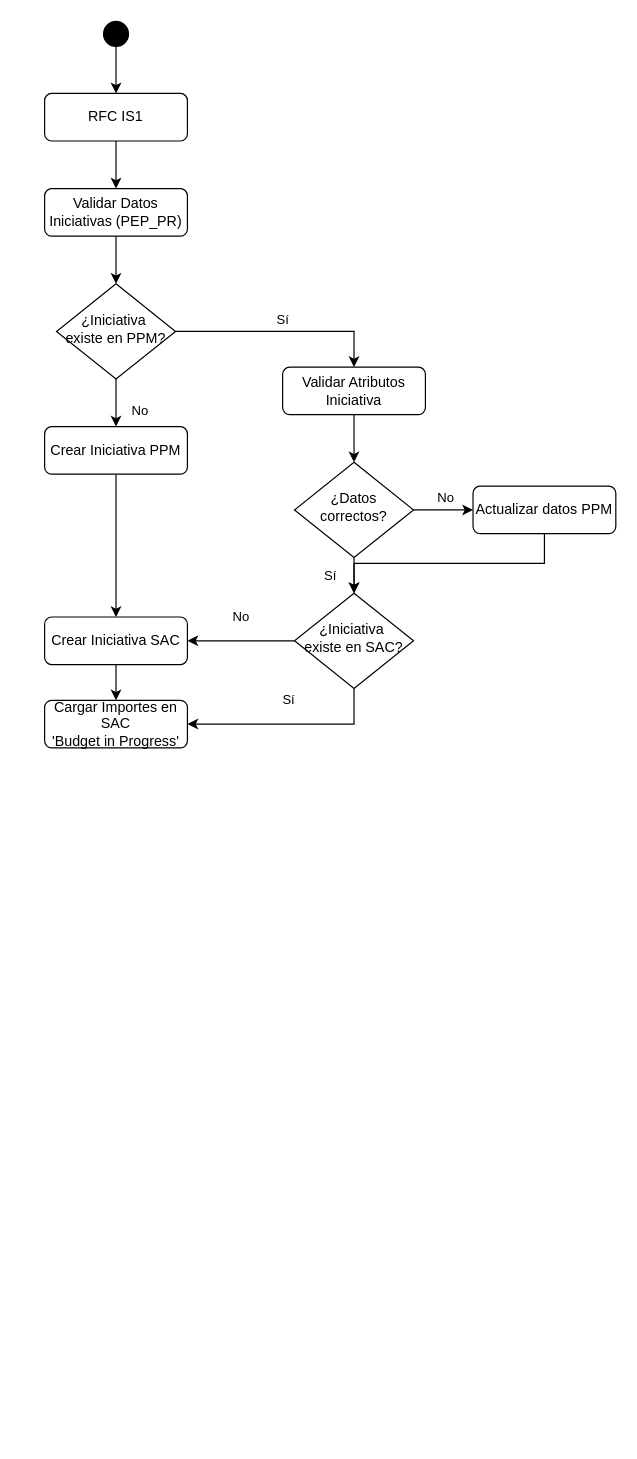
Above: RICEFW02.drawio in thiago-c-araujo/Myrep (draw.io), before the change. Source tidied: cells renumbered, new cells numbered last; positions are measured from the earlier drawing's top-left corner, leaving out a move shared by most shapes. Both pictures are drawn from the tidied source at 119%, with x=0, y=0 at pixel (44, 21).
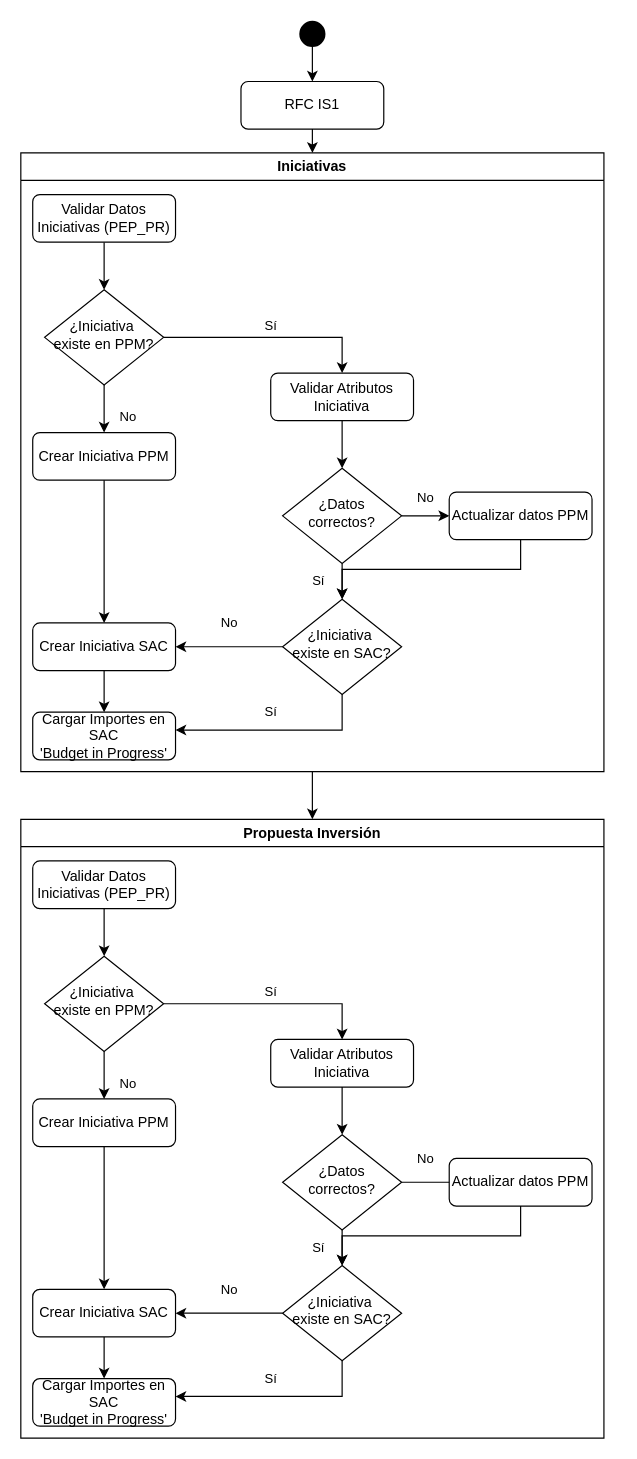
After the change.

What changed in the source:
```diff
@@
-    <mxCell id="2" style="edgeStyle=orthogonalEdgeStyle;rounded=0;jettySize=auto;html=1;exitX=0.5;exitY=1;exitDx=0;exitDy=0;entryX=0.5;entryY=0;entryDx=0;entryDy=0;" parent="1" edge="1" source="3" target="14">
+    <mxCell id="2" style="edgeStyle=orthogonalEdgeStyle;rounded=0;jettySize=auto;html=1;exitX=0.5;exitY=1;exitDx=0;exitDy=0;entryX=0.5;entryY=0;entryDx=0;entryDy=0;" parent="1" edge="1" source="3" target="27">
       <mxGeometry relative="1" as="geometry" />
     </mxCell>
     <mxCell id="3" value="RFC IS1" style="rounded=1;whiteSpace=wrap;html=1;fontSize=12;glass=0;strokeWidth=1;shadow=0;" parent="1" vertex="1">
-      <mxGeometry y="60" width="120" height="40" as="geometry" />
+      <mxGeometry x="165" y="50" width="120" height="40" as="geometry" />
     </mxCell>
-    <mxCell id="4" value="No" style="rounded=0;html=1;jettySize=auto;fontSize=11;endArrow=classic;endFill=1;endSize=6;strokeWidth=1;shadow=0;labelBackgroundColor=none;edgeStyle=orthogonalEdgeStyle;" parent="1" edge="1" source="6" target="8">
-      <mxGeometry x="0.33" y="20" relative="1" as="geometry" />
-    </mxCell>
-    <mxCell id="5" value="Sí" style="edgeStyle=orthogonalEdgeStyle;rounded=0;html=1;jettySize=auto;fontSize=11;endArrow=classic;endFill=1;strokeWidth=1;shadow=0;labelBackgroundColor=none;" parent="1" edge="1" source="6" target="10">
-      <mxGeometry y="10" relative="1" as="geometry">
-        <Array as="points">
-          <mxPoint x="260" y="260" />
-        </Array>
-      </mxGeometry>
-    </mxCell>
-    <mxCell id="6" value="¿Iniciativa&amp;nbsp; existe en PPM?" style="rhombus;whiteSpace=wrap;html=1;shadow=0;fontFamily=Helvetica;fontSize=12;align=center;strokeWidth=1;spacing=6;spacingTop=-4;" parent="1" vertex="1">
-      <mxGeometry x="10" y="220" width="100" height="80" as="geometry" />
-    </mxCell>
-    <mxCell id="7" style="edgeStyle=orthogonalEdgeStyle;rounded=0;jettySize=auto;html=1;exitX=0.5;exitY=1;exitDx=0;exitDy=0;entryX=0.5;entryY=0;entryDx=0;entryDy=0;" parent="1" edge="1" source="8" target="23">
-      <mxGeometry relative="1" as="geometry" />
-    </mxCell>
-    <mxCell id="8" value="Crear Iniciativa PPM" style="rounded=1;whiteSpace=wrap;html=1;fontSize=12;glass=0;strokeWidth=1;shadow=0;" parent="1" vertex="1">
-      <mxGeometry y="340" width="120" height="40" as="geometry" />
-    </mxCell>
-    <mxCell id="9" style="edgeStyle=orthogonalEdgeStyle;rounded=0;jettySize=auto;html=1;exitX=0.5;exitY=1;exitDx=0;exitDy=0;entryX=0.5;entryY=0;entryDx=0;entryDy=0;" parent="1" edge="1" source="10" target="16">
-      <mxGeometry relative="1" as="geometry" />
-    </mxCell>
-    <mxCell id="10" value="Validar Atributos Iniciativa" style="rounded=1;whiteSpace=wrap;html=1;fontSize=12;glass=0;strokeWidth=1;shadow=0;" parent="1" vertex="1">
-      <mxGeometry x="200" y="290" width="120" height="40" as="geometry" />
-    </mxCell>
@@
     <mxCell id="12" style="strokeWidth=2;html=1;shape=mxgraph.flowchart.start_2;whiteSpace=wrap;fillColor=#000000;" parent="1" vertex="1">
-      <mxGeometry x="50" width="20" height="20" as="geometry" />
+      <mxGeometry x="215" width="20" height="20" as="geometry" />
     </mxCell>
-    <mxCell id="13" style="edgeStyle=orthogonalEdgeStyle;rounded=0;jettySize=auto;html=1;exitX=0.5;exitY=1;exitDx=0;exitDy=0;entryX=0.5;entryY=0;entryDx=0;entryDy=0;" parent="1" edge="1" source="14" target="6">
-      <mxGeometry relative="1" as="geometry" />
-    </mxCell>
-    <mxCell id="14" value="Validar Datos Iniciativas (PEP_PR)" style="rounded=1;whiteSpace=wrap;html=1;fontSize=12;glass=0;strokeWidth=1;shadow=0;" parent="1" vertex="1">
-      <mxGeometry y="140" width="120" height="40" as="geometry" />
-    </mxCell>
-    <mxCell id="15" value="Cargar Importes en SAC&lt;br&gt;'Budget in Progress'" style="rounded=1;whiteSpace=wrap;html=1;fontSize=12;glass=0;strokeWidth=1;shadow=0;" parent="1" vertex="1">
-      <mxGeometry y="570" width="120" height="40" as="geometry" />
-    </mxCell>
-    <mxCell id="16" value="¿Datos correctos?" style="rhombus;whiteSpace=wrap;html=1;shadow=0;fontFamily=Helvetica;fontSize=12;align=center;strokeWidth=1;spacing=6;spacingTop=-4;" parent="1" vertex="1">
-      <mxGeometry x="210" y="370" width="100" height="80" as="geometry" />
-    </mxCell>
-    <mxCell id="17" style="edgeStyle=orthogonalEdgeStyle;rounded=0;jettySize=auto;html=1;exitX=0.5;exitY=1;exitDx=0;exitDy=0;entryX=0.5;entryY=0;entryDx=0;entryDy=0;" parent="1" edge="1" source="18" target="20">
-      <mxGeometry relative="1" as="geometry" />
-    </mxCell>
+    <mxCell id="26" style="edgeStyle=orthogonalEdgeStyle;rounded=0;jettySize=auto;html=1;exitX=0.5;exitY=1;exitDx=0;exitDy=0;entryX=0.5;entryY=0;entryDx=0;entryDy=0;" parent="1" edge="1" source="27" target="47">
+      <mxGeometry relative="1" as="geometry" />
+    </mxCell>
+    <mxCell id="27" value="Iniciativas" style="swimlane;whiteSpace=wrap;html=1;" parent="1" vertex="1">
+      <mxGeometry x="-20" y="110" width="490" height="520" as="geometry" />
+    </mxCell>
+    <mxCell id="28" value="¿Iniciativa&amp;nbsp; existe en PPM?" style="rhombus;whiteSpace=wrap;html=1;shadow=0;fontFamily=Helvetica;fontSize=12;align=center;strokeWidth=1;spacing=6;spacingTop=-4;" parent="27" vertex="1">
+      <mxGeometry x="20" y="115" width="100" height="80" as="geometry" />
+    </mxCell>
+    <mxCell id="29" value="Crear Iniciativa PPM" style="rounded=1;whiteSpace=wrap;html=1;fontSize=12;glass=0;strokeWidth=1;shadow=0;" parent="27" vertex="1">
+      <mxGeometry x="10" y="235" width="120" height="40" as="geometry" />
+    </mxCell>
+    <mxCell id="30" value="No" style="rounded=0;html=1;jettySize=auto;fontSize=11;endArrow=classic;endFill=1;endSize=6;strokeWidth=1;shadow=0;labelBackgroundColor=none;edgeStyle=orthogonalEdgeStyle;" parent="27" edge="1" source="28" target="29">
+      <mxGeometry x="0.33" y="20" relative="1" as="geometry" />
+    </mxCell>
+    <mxCell id="31" value="Validar Atributos Iniciativa" style="rounded=1;whiteSpace=wrap;html=1;fontSize=12;glass=0;strokeWidth=1;shadow=0;" parent="27" vertex="1">
+      <mxGeometry x="210" y="185" width="120" height="40" as="geometry" />
+    </mxCell>
+    <mxCell id="32" value="Sí" style="edgeStyle=orthogonalEdgeStyle;rounded=0;html=1;jettySize=auto;fontSize=11;endArrow=classic;endFill=1;strokeWidth=1;shadow=0;labelBackgroundColor=none;" parent="27" edge="1" source="28" target="31">
+      <mxGeometry y="10" relative="1" as="geometry">
+        <Array as="points">
+          <mxPoint x="270" y="155" />
+        </Array>
+      </mxGeometry>
+    </mxCell>
+    <mxCell id="33" style="edgeStyle=orthogonalEdgeStyle;rounded=0;jettySize=auto;html=1;exitX=0.5;exitY=1;exitDx=0;exitDy=0;entryX=0.5;entryY=0;entryDx=0;entryDy=0;" parent="27" edge="1" source="34" target="28">
+      <mxGeometry relative="1" as="geometry" />
+    </mxCell>
+    <mxCell id="34" value="Validar Datos Iniciativas (PEP_PR)" style="rounded=1;whiteSpace=wrap;html=1;fontSize=12;glass=0;strokeWidth=1;shadow=0;" parent="27" vertex="1">
+      <mxGeometry x="10" y="35" width="120" height="40" as="geometry" />
+    </mxCell>
+    <mxCell id="35" value="Cargar Importes en SAC&lt;br&gt;'Budget in Progress'" style="rounded=1;whiteSpace=wrap;html=1;fontSize=12;glass=0;strokeWidth=1;shadow=0;" parent="27" vertex="1">
+      <mxGeometry x="10" y="470" width="120" height="40" as="geometry" />
+    </mxCell>
+    <mxCell id="36" value="¿Datos correctos?" style="rhombus;whiteSpace=wrap;html=1;shadow=0;fontFamily=Helvetica;fontSize=12;align=center;strokeWidth=1;spacing=6;spacingTop=-4;" parent="27" vertex="1">
+      <mxGeometry x="220" y="265" width="100" height="80" as="geometry" />
+    </mxCell>
+    <mxCell id="37" style="edgeStyle=orthogonalEdgeStyle;rounded=0;jettySize=auto;html=1;exitX=0.5;exitY=1;exitDx=0;exitDy=0;entryX=0.5;entryY=0;entryDx=0;entryDy=0;" parent="27" edge="1" source="31" target="36">
+      <mxGeometry relative="1" as="geometry" />
+    </mxCell>
+    <mxCell id="38" style="edgeStyle=orthogonalEdgeStyle;rounded=0;jettySize=auto;html=1;exitX=0.5;exitY=1;exitDx=0;exitDy=0;entryX=0.5;entryY=0;entryDx=0;entryDy=0;" parent="27" edge="1" source="18" target="40">
+      <mxGeometry relative="1" as="geometry" />
+    </mxCell>
+    <mxCell id="39" value="No" style="rounded=0;html=1;jettySize=auto;fontSize=11;endArrow=classic;endFill=1;endSize=6;strokeWidth=1;shadow=0;labelBackgroundColor=none;edgeStyle=orthogonalEdgeStyle;entryX=0;entryY=0.5;entryDx=0;entryDy=0;" parent="27" edge="1" target="18">
+      <mxGeometry y="15" relative="1" as="geometry">
+        <mxPoint x="320" y="305" as="sourcePoint" />
+        <Array as="points">
+          <mxPoint x="360" y="305" />
+        </Array>
+      </mxGeometry>
+    </mxCell>
+    <mxCell id="40" value="¿Iniciativa&amp;nbsp; existe en SAC?" style="rhombus;shadow=0;fontFamily=Helvetica;fontSize=12;align=center;strokeWidth=1;spacing=6;spacingTop=-4;html=1;labelPosition=center;verticalLabelPosition=middle;verticalAlign=middle;whiteSpace=wrap;" parent="27" vertex="1">
+      <mxGeometry x="220" y="375" width="100" height="80" as="geometry" />
+    </mxCell>
+    <mxCell id="41" value="Sí" style="edgeStyle=orthogonalEdgeStyle;rounded=0;html=1;jettySize=auto;fontSize=11;endArrow=classic;endFill=1;strokeWidth=1;shadow=0;labelBackgroundColor=none;exitX=0.5;exitY=1;exitDx=0;exitDy=0;entryX=0.5;entryY=0;entryDx=0;entryDy=0;" parent="27" edge="1" source="36" target="40">
+      <mxGeometry y="-20" relative="1" as="geometry">
+        <Array as="points">
+          <mxPoint x="270" y="355" />
+          <mxPoint x="270" y="355" />
+        </Array>
+      </mxGeometry>
+    </mxCell>
+    <mxCell id="42" style="edgeStyle=orthogonalEdgeStyle;rounded=0;jettySize=auto;html=1;exitX=0.5;exitY=1;exitDx=0;exitDy=0;entryX=0.5;entryY=0;entryDx=0;entryDy=0;" parent="27" edge="1" source="43" target="35">
+      <mxGeometry relative="1" as="geometry" />
+    </mxCell>
+    <mxCell id="43" value="Crear Iniciativa SAC" style="rounded=1;whiteSpace=wrap;html=1;fontSize=12;glass=0;strokeWidth=1;shadow=0;" parent="27" vertex="1">
+      <mxGeometry x="10" y="395" width="120" height="40" as="geometry" />
+    </mxCell>
+    <mxCell id="44" value="No" style="edgeStyle=orthogonalEdgeStyle;rounded=0;html=1;jettySize=auto;fontSize=11;endArrow=classic;endFill=1;strokeWidth=1;shadow=0;labelBackgroundColor=none;exitX=0;exitY=0.5;exitDx=0;exitDy=0;entryX=1;entryY=0.5;entryDx=0;entryDy=0;" parent="27" edge="1" source="40" target="43">
+      <mxGeometry y="-20" relative="1" as="geometry" />
+    </mxCell>
+    <mxCell id="45" style="edgeStyle=orthogonalEdgeStyle;rounded=0;jettySize=auto;html=1;exitX=0.5;exitY=1;exitDx=0;exitDy=0;entryX=0.5;entryY=0;entryDx=0;entryDy=0;" parent="27" edge="1" source="29" target="43">
+      <mxGeometry relative="1" as="geometry" />
+    </mxCell>
+    <mxCell id="46" value="Sí" style="edgeStyle=orthogonalEdgeStyle;rounded=0;html=1;jettySize=auto;fontSize=11;endArrow=classic;endFill=1;strokeWidth=1;shadow=0;labelBackgroundColor=none;exitX=0.5;exitY=1;exitDx=0;exitDy=0;entryX=1;entryY=0.5;entryDx=0;entryDy=0;" parent="27" edge="1" source="40">
+      <mxGeometry x="0.06" y="-15" relative="1" as="geometry">
+        <mxPoint x="130" y="485" as="targetPoint" />
+        <Array as="points">
+          <mxPoint x="270" y="485" />
+        </Array>
+      </mxGeometry>
+    </mxCell>
-    <mxCell id="18" value="Actualizar datos PPM" style="rounded=1;whiteSpace=wrap;html=1;fontSize=12;glass=0;strokeWidth=1;shadow=0;" parent="1" vertex="1">
-      <mxGeometry x="360" y="390" width="120" height="40" as="geometry" />
+    <mxCell id="18" value="Actualizar datos PPM" style="rounded=1;whiteSpace=wrap;html=1;fontSize=12;glass=0;strokeWidth=1;shadow=0;" parent="27" vertex="1">
+      <mxGeometry x="360" y="285" width="120" height="40" as="geometry" />
     </mxCell>
-    <mxCell id="19" value="No" style="rounded=0;html=1;jettySize=auto;fontSize=11;endArrow=classic;endFill=1;endSize=6;strokeWidth=1;shadow=0;labelBackgroundColor=none;edgeStyle=orthogonalEdgeStyle;entryX=0;entryY=0.5;entryDx=0;entryDy=0;" parent="1" edge="1" target="18">
-      <mxGeometry x="0.08" y="10" relative="1" as="geometry">
-        <mxPoint x="310" y="410" as="sourcePoint" />
-        <Array as="points">
-          <mxPoint x="350" y="410" />
-          <mxPoint x="350" y="410" />
-        </Array>
-      </mxGeometry>
-    </mxCell>
-    <mxCell id="20" value="¿Iniciativa&amp;nbsp; existe en SAC?" style="rhombus;shadow=0;fontFamily=Helvetica;fontSize=12;align=center;strokeWidth=1;spacing=6;spacingTop=-4;html=1;labelPosition=center;verticalLabelPosition=middle;verticalAlign=middle;whiteSpace=wrap;" parent="1" vertex="1">
-      <mxGeometry x="210" y="480" width="100" height="80" as="geometry" />
-    </mxCell>
-    <mxCell id="21" value="Sí" style="edgeStyle=orthogonalEdgeStyle;rounded=0;html=1;jettySize=auto;fontSize=11;endArrow=classic;endFill=1;strokeWidth=1;shadow=0;labelBackgroundColor=none;exitX=0.5;exitY=1;exitDx=0;exitDy=0;entryX=0.5;entryY=0;entryDx=0;entryDy=0;" parent="1" edge="1" source="16" target="20">
-      <mxGeometry y="-20" relative="1" as="geometry">
-        <Array as="points">
-          <mxPoint x="260" y="460" />
-          <mxPoint x="260" y="460" />
-        </Array>
-      </mxGeometry>
-    </mxCell>
-    <mxCell id="22" style="edgeStyle=orthogonalEdgeStyle;rounded=0;jettySize=auto;html=1;exitX=0.5;exitY=1;exitDx=0;exitDy=0;" parent="1" edge="1" source="23" target="15">
-      <mxGeometry relative="1" as="geometry" />
-    </mxCell>
-    <mxCell id="23" value="Crear Iniciativa SAC" style="rounded=1;whiteSpace=wrap;html=1;fontSize=12;glass=0;strokeWidth=1;shadow=0;" parent="1" vertex="1">
-      <mxGeometry y="500" width="120" height="40" as="geometry" />
-    </mxCell>
-    <mxCell id="24" value="No" style="edgeStyle=orthogonalEdgeStyle;rounded=0;html=1;jettySize=auto;fontSize=11;endArrow=classic;endFill=1;strokeWidth=1;shadow=0;labelBackgroundColor=none;exitX=0;exitY=0.5;exitDx=0;exitDy=0;entryX=1;entryY=0.5;entryDx=0;entryDy=0;" parent="1" edge="1" source="20" target="23">
-      <mxGeometry y="-20" relative="1" as="geometry" />
-    </mxCell>
-    <mxCell id="25" value="Sí" style="edgeStyle=orthogonalEdgeStyle;rounded=0;html=1;jettySize=auto;fontSize=11;endArrow=classic;endFill=1;strokeWidth=1;shadow=0;labelBackgroundColor=none;exitX=0.5;exitY=1;exitDx=0;exitDy=0;entryX=1;entryY=0.5;entryDx=0;entryDy=0;" parent="1" edge="1" source="20" target="15">
-      <mxGeometry y="-20" relative="1" as="geometry" />
-    </mxCell>
+    <mxCell id="47" value="Propuesta Inversión" style="swimlane;whiteSpace=wrap;html=1;" parent="1" vertex="1">
+      <mxGeometry x="-20" y="670" width="490" height="520" as="geometry" />
+    </mxCell>
+    <mxCell id="48" value="¿Iniciativa&amp;nbsp; existe en PPM?" style="rhombus;whiteSpace=wrap;html=1;shadow=0;fontFamily=Helvetica;fontSize=12;align=center;strokeWidth=1;spacing=6;spacingTop=-4;" parent="47" vertex="1">
+      <mxGeometry x="20" y="115" width="100" height="80" as="geometry" />
+    </mxCell>
+    <mxCell id="49" value="Crear Iniciativa PPM" style="rounded=1;whiteSpace=wrap;html=1;fontSize=12;glass=0;strokeWidth=1;shadow=0;" parent="47" vertex="1">
+      <mxGeometry x="10" y="235" width="120" height="40" as="geometry" />
+    </mxCell>
+    <mxCell id="50" value="No" style="rounded=0;html=1;jettySize=auto;fontSize=11;endArrow=classic;endFill=1;endSize=6;strokeWidth=1;shadow=0;labelBackgroundColor=none;edgeStyle=orthogonalEdgeStyle;" parent="47" edge="1" source="48" target="49">
+      <mxGeometry x="0.33" y="20" relative="1" as="geometry" />
+    </mxCell>
+    <mxCell id="51" value="Validar Atributos Iniciativa" style="rounded=1;whiteSpace=wrap;html=1;fontSize=12;glass=0;strokeWidth=1;shadow=0;" parent="47" vertex="1">
+      <mxGeometry x="210" y="185" width="120" height="40" as="geometry" />
+    </mxCell>
+    <mxCell id="52" value="Sí" style="edgeStyle=orthogonalEdgeStyle;rounded=0;html=1;jettySize=auto;fontSize=11;endArrow=classic;endFill=1;strokeWidth=1;shadow=0;labelBackgroundColor=none;" parent="47" edge="1" source="48" target="51">
+      <mxGeometry y="10" relative="1" as="geometry">
+        <Array as="points">
+          <mxPoint x="270" y="155" />
+        </Array>
+      </mxGeometry>
+    </mxCell>
+    <mxCell id="53" style="edgeStyle=orthogonalEdgeStyle;rounded=0;jettySize=auto;html=1;exitX=0.5;exitY=1;exitDx=0;exitDy=0;entryX=0.5;entryY=0;entryDx=0;entryDy=0;" parent="47" edge="1" source="54" target="48">
+      <mxGeometry relative="1" as="geometry" />
+    </mxCell>
+    <mxCell id="54" value="Validar Datos Iniciativas (PEP_PR)" style="rounded=1;whiteSpace=wrap;html=1;fontSize=12;glass=0;strokeWidth=1;shadow=0;" parent="47" vertex="1">
+      <mxGeometry x="10" y="35" width="120" height="40" as="geometry" />
+    </mxCell>
+    <mxCell id="55" value="Cargar Importes en SAC&lt;br&gt;'Budget in Progress'" style="rounded=1;whiteSpace=wrap;html=1;fontSize=12;glass=0;strokeWidth=1;shadow=0;" parent="47" vertex="1">
+      <mxGeometry x="10" y="470" width="120" height="40" as="geometry" />
+    </mxCell>
+    <mxCell id="56" value="¿Datos correctos?" style="rhombus;whiteSpace=wrap;html=1;shadow=0;fontFamily=Helvetica;fontSize=12;align=center;strokeWidth=1;spacing=6;spacingTop=-4;" parent="47" vertex="1">
+      <mxGeometry x="220" y="265" width="100" height="80" as="geometry" />
+    </mxCell>
+    <mxCell id="57" style="edgeStyle=orthogonalEdgeStyle;rounded=0;jettySize=auto;html=1;exitX=0.5;exitY=1;exitDx=0;exitDy=0;entryX=0.5;entryY=0;entryDx=0;entryDy=0;" parent="47" edge="1" source="51" target="56">
+      <mxGeometry relative="1" as="geometry" />
+    </mxCell>
+    <mxCell id="58" style="edgeStyle=orthogonalEdgeStyle;rounded=0;jettySize=auto;html=1;exitX=0.5;exitY=1;exitDx=0;exitDy=0;entryX=0.5;entryY=0;entryDx=0;entryDy=0;" parent="47" edge="1" source="67" target="60">
+      <mxGeometry relative="1" as="geometry" />
+    </mxCell>
+    <mxCell id="59" value="No" style="rounded=0;html=1;jettySize=auto;fontSize=11;endArrow=classic;endFill=1;endSize=6;strokeWidth=1;shadow=0;labelBackgroundColor=none;edgeStyle=orthogonalEdgeStyle;entryX=0;entryY=0.5;entryDx=0;entryDy=0;" parent="47" edge="1" target="67">
+      <mxGeometry x="-0.5" y="20" relative="1" as="geometry">
+        <mxPoint x="320" y="305" as="sourcePoint" />
+        <Array as="points">
+          <mxPoint x="380" y="305" />
+        </Array>
+      </mxGeometry>
+    </mxCell>
+    <mxCell id="60" value="¿Iniciativa&amp;nbsp; existe en SAC?" style="rhombus;shadow=0;fontFamily=Helvetica;fontSize=12;align=center;strokeWidth=1;spacing=6;spacingTop=-4;html=1;labelPosition=center;verticalLabelPosition=middle;verticalAlign=middle;whiteSpace=wrap;" parent="47" vertex="1">
+      <mxGeometry x="220" y="375" width="100" height="80" as="geometry" />
+    </mxCell>
+    <mxCell id="61" value="Sí" style="edgeStyle=orthogonalEdgeStyle;rounded=0;html=1;jettySize=auto;fontSize=11;endArrow=classic;endFill=1;strokeWidth=1;shadow=0;labelBackgroundColor=none;exitX=0.5;exitY=1;exitDx=0;exitDy=0;entryX=0.5;entryY=0;entryDx=0;entryDy=0;" parent="47" edge="1" source="56" target="60">
+      <mxGeometry y="-20" relative="1" as="geometry">
+        <Array as="points">
+          <mxPoint x="270" y="355" />
+          <mxPoint x="270" y="355" />
+        </Array>
+      </mxGeometry>
+    </mxCell>
+    <mxCell id="62" style="edgeStyle=orthogonalEdgeStyle;rounded=0;jettySize=auto;html=1;exitX=0.5;exitY=1;exitDx=0;exitDy=0;entryX=0.5;entryY=0;entryDx=0;entryDy=0;" parent="47" edge="1" source="63" target="55">
+      <mxGeometry relative="1" as="geometry" />
+    </mxCell>
+    <mxCell id="63" value="Crear Iniciativa SAC" style="rounded=1;whiteSpace=wrap;html=1;fontSize=12;glass=0;strokeWidth=1;shadow=0;" parent="47" vertex="1">
+      <mxGeometry x="10" y="395" width="120" height="40" as="geometry" />
+    </mxCell>
+    <mxCell id="64" value="No" style="edgeStyle=orthogonalEdgeStyle;rounded=0;html=1;jettySize=auto;fontSize=11;endArrow=classic;endFill=1;strokeWidth=1;shadow=0;labelBackgroundColor=none;exitX=0;exitY=0.5;exitDx=0;exitDy=0;entryX=1;entryY=0.5;entryDx=0;entryDy=0;" parent="47" edge="1" source="60" target="63">
+      <mxGeometry y="-20" relative="1" as="geometry" />
+    </mxCell>
+    <mxCell id="65" style="edgeStyle=orthogonalEdgeStyle;rounded=0;jettySize=auto;html=1;exitX=0.5;exitY=1;exitDx=0;exitDy=0;entryX=0.5;entryY=0;entryDx=0;entryDy=0;" parent="47" edge="1" source="49" target="63">
+      <mxGeometry relative="1" as="geometry" />
+    </mxCell>
+    <mxCell id="66" value="Sí" style="edgeStyle=orthogonalEdgeStyle;rounded=0;html=1;jettySize=auto;fontSize=11;endArrow=classic;endFill=1;strokeWidth=1;shadow=0;labelBackgroundColor=none;exitX=0.5;exitY=1;exitDx=0;exitDy=0;entryX=1;entryY=0.5;entryDx=0;entryDy=0;" parent="47" edge="1" source="60">
+      <mxGeometry x="0.06" y="-15" relative="1" as="geometry">
+        <mxPoint x="130" y="485" as="targetPoint" />
+        <Array as="points">
+          <mxPoint x="270" y="485" />
+        </Array>
+      </mxGeometry>
+    </mxCell>
+    <mxCell id="67" value="Actualizar datos PPM" style="rounded=1;whiteSpace=wrap;html=1;fontSize=12;glass=0;strokeWidth=1;shadow=0;" parent="47" vertex="1">
+      <mxGeometry x="360" y="285" width="120" height="40" as="geometry" />
+    </mxCell>
```
